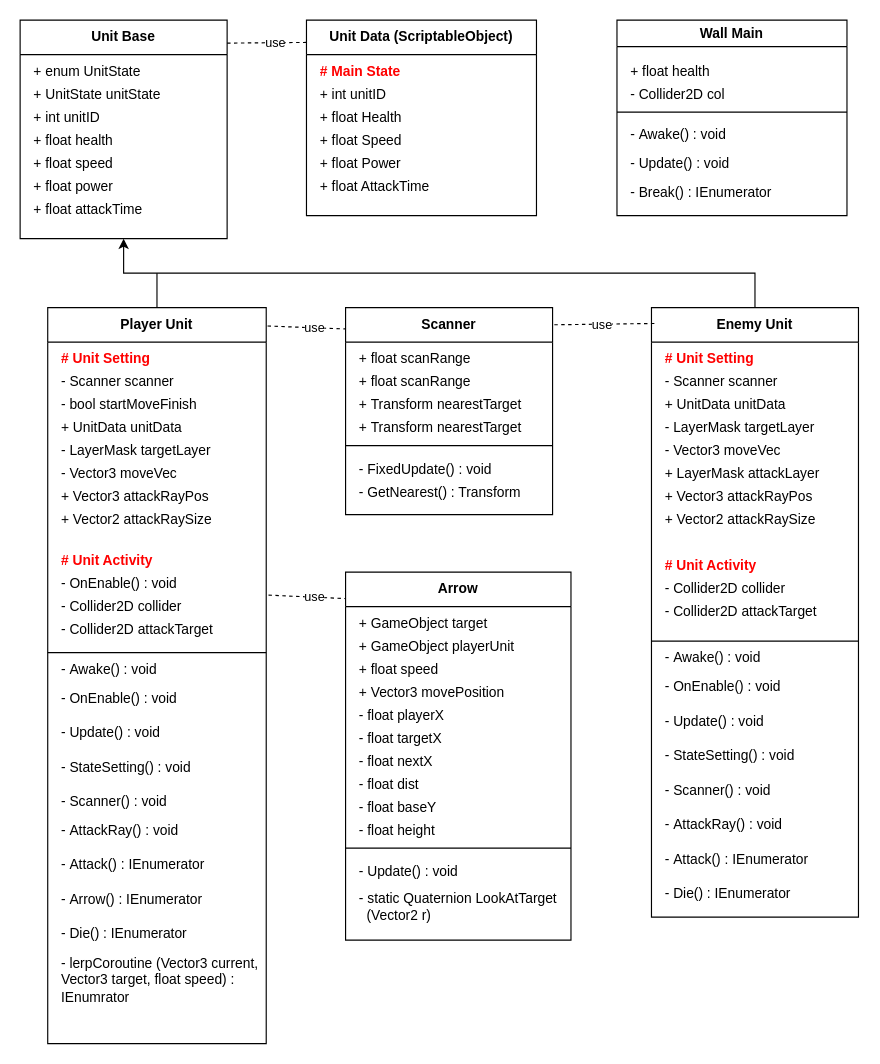
Earlier version of the draw.io diagram page "Battle" (2 of 3) of Project_CSD.drawio (YJU-Capstone-Design/Capstone-Design). Source tidied: cells renumbered, new cells numbered last; positions are measured from the earlier drawing's top-left corner, leaving out a move shared by most shapes. Both pictures are drawn from the tidied source at 115%, with x=0, y=0 at pixel (20, 20).
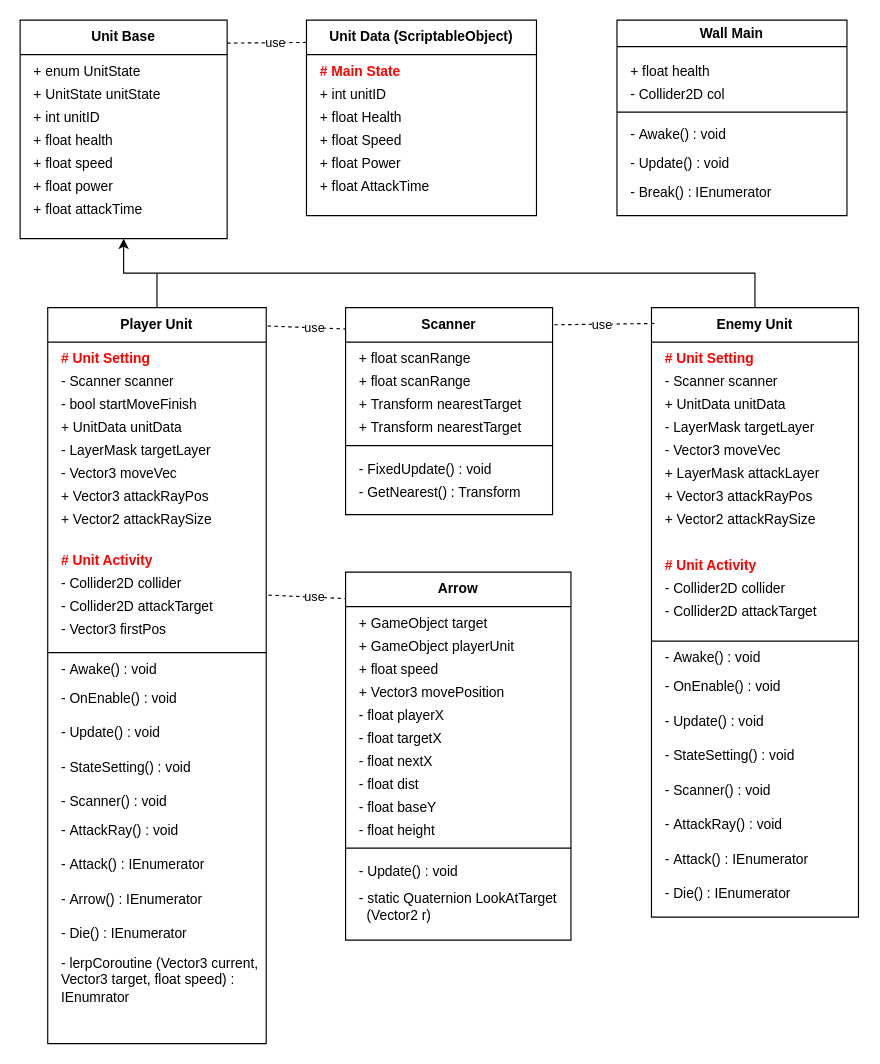
The same diagram, later.

The change refers to these unchanged cells:
```xml
<mxCell id="10" value="Player Unit" style="swimlane;whiteSpace=wrap;html=1;startSize=30;" parent="1" vertex="1">
  <mxGeometry x="24" y="250" width="190" height="640" as="geometry" />
</mxCell>
```

The edit, as a diff of the source:
```diff
@@
     <mxCell id="18" value="-&amp;nbsp;Collider2D collider" style="text;html=1;align=left;verticalAlign=middle;whiteSpace=wrap;rounded=0;" parent="10" vertex="1">
-      <mxGeometry x="10" y="250" width="150" height="20" as="geometry" />
+      <mxGeometry x="10" y="230" width="150" height="20" as="geometry" />
     </mxCell>
     <mxCell id="19" value="-&amp;nbsp;Collider2D attackTarget" style="text;html=1;align=left;verticalAlign=middle;whiteSpace=wrap;rounded=0;" parent="10" vertex="1">
-      <mxGeometry x="10" y="270" width="150" height="20" as="geometry" />
+      <mxGeometry x="10" y="250" width="150" height="20" as="geometry" />
     </mxCell>
@@
+    <mxCell id="33" style="endArrow=none;html=1;rounded=0;" parent="10" edge="1">
+      <mxGeometry relative="1" as="geometry">
+        <mxPoint y="300" as="sourcePoint" />
+        <mxPoint x="190" y="300" as="targetPoint" />
+      </mxGeometry>
+    </mxCell>
-    <mxCell id="32" value="-&amp;nbsp;OnEnable() : void" style="text;html=1;align=left;verticalAlign=middle;whiteSpace=wrap;rounded=0;" parent="10" vertex="1">
-      <mxGeometry x="10" y="230" width="150" height="20" as="geometry" />
+    <mxCell id="32" value="-&amp;nbsp;Vector3 firstPos" style="text;html=1;align=left;verticalAlign=middle;whiteSpace=wrap;rounded=0;" parent="10" vertex="1">
+      <mxGeometry x="10" y="270" width="150" height="20" as="geometry" />
     </mxCell>
-    <mxCell id="33" style="endArrow=none;html=1;rounded=0;" parent="10" edge="1">
-      <mxGeometry relative="1" as="geometry">
-        <mxPoint y="300" as="sourcePoint" />
-        <mxPoint x="190" y="300" as="targetPoint" />
-      </mxGeometry>
-    </mxCell>
```
